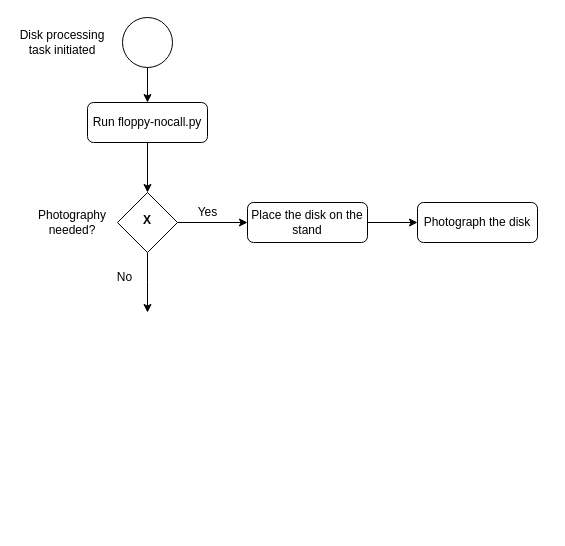
Earlier version of the draw.io diagram floppy-nocall.drawio (kenlhlui/UTL-script). Source tidied: cells renumbered, new cells numbered last; positions are measured from the earlier drawing's top-left corner, leaving out a move shared by most shapes. Both pictures are drawn from the tidied source at 100%, with x=0, y=0 at pixel (17, 17).
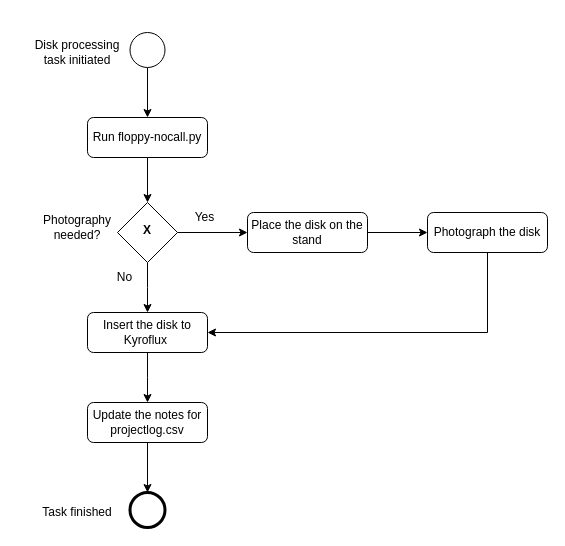
The same page after the edit.

What changed in the source:
```diff
@@
     <mxCell id="3" value="Run floppy-nocall.py" style="rounded=1;whiteSpace=wrap;html=1;fontSize=12;glass=0;strokeWidth=1;shadow=0;" parent="1" vertex="1">
-      <mxGeometry x="70" y="85" width="120" height="40" as="geometry" />
+      <mxGeometry x="70" y="100" width="120" height="40" as="geometry" />
     </mxCell>
@@
+    <mxCell id="14" style="edgeStyle=orthogonalEdgeStyle;rounded=0;jettySize=auto;html=1;exitX=1;exitY=0.5;exitDx=0;exitDy=0;" parent="1" edge="1" source="5" target="7">
+      <mxGeometry relative="1" as="geometry" />
+    </mxCell>
     <mxCell id="5" value="&lt;b&gt;X&lt;/b&gt;" style="rhombus;whiteSpace=wrap;html=1;shadow=0;fontFamily=Helvetica;fontSize=12;align=center;strokeWidth=1;spacing=6;spacingTop=-4;" parent="1" vertex="1">
-      <mxGeometry x="100" y="175" width="60" height="60" as="geometry" />
+      <mxGeometry x="100" y="185" width="60" height="60" as="geometry" />
     </mxCell>
@@
     <mxCell id="7" value="Place the disk on the stand" style="rounded=1;whiteSpace=wrap;html=1;fontSize=12;glass=0;strokeWidth=1;shadow=0;" parent="1" vertex="1">
-      <mxGeometry x="230" y="185" width="120" height="40" as="geometry" />
+      <mxGeometry x="230" y="195" width="120" height="40" as="geometry" />
     </mxCell>
@@
     <mxCell id="9" style="ellipse;whiteSpace=wrap;html=1;" parent="1" vertex="1">
-      <mxGeometry x="105" width="50" height="50" as="geometry" />
+      <mxGeometry x="112.5" y="15" width="35" height="35" as="geometry" />
     </mxCell>
     <mxCell id="10" value="Disk processing task initiated" style="text;html=1;strokeColor=none;fillColor=none;align=center;verticalAlign=middle;whiteSpace=wrap;rounded=0;" parent="1" vertex="1">
-      <mxGeometry y="10" width="90" height="30" as="geometry" />
+      <mxGeometry x="15" y="20" width="90" height="30" as="geometry" />
     </mxCell>
     <mxCell id="11" value="Photography needed?" style="text;html=1;strokeColor=none;fillColor=none;align=center;verticalAlign=middle;whiteSpace=wrap;rounded=0;" parent="1" vertex="1">
-      <mxGeometry x="10" y="190" width="90" height="30" as="geometry" />
+      <mxGeometry x="15" y="195" width="90" height="30" as="geometry" />
     </mxCell>
     <mxCell id="12" value="Yes" style="text;html=1;strokeColor=none;fillColor=none;align=center;verticalAlign=middle;whiteSpace=wrap;rounded=0;" parent="1" vertex="1">
-      <mxGeometry x="163" y="180" width="55" height="30" as="geometry" />
+      <mxGeometry x="160" y="185" width="55" height="30" as="geometry" />
     </mxCell>
+    <mxCell id="16" style="edgeStyle=orthogonalEdgeStyle;rounded=0;jettySize=auto;html=1;exitX=0.5;exitY=1;exitDx=0;exitDy=0;entryX=1;entryY=0.5;entryDx=0;entryDy=0;" parent="1" edge="1" source="13" target="18">
+      <mxGeometry relative="1" as="geometry" />
+    </mxCell>
     <mxCell id="13" value="Photograph the disk" style="rounded=1;whiteSpace=wrap;html=1;fontSize=12;glass=0;strokeWidth=1;shadow=0;" parent="1" vertex="1">
-      <mxGeometry x="400" y="185" width="120" height="40" as="geometry" />
+      <mxGeometry x="410" y="195" width="120" height="40" as="geometry" />
     </mxCell>
-    <mxCell id="14" style="edgeStyle=orthogonalEdgeStyle;rounded=0;jettySize=auto;html=1;exitX=1;exitY=0.5;exitDx=0;exitDy=0;entryX=0;entryY=0.5;entryDx=0;entryDy=0;" parent="1" edge="1" source="5" target="7">
-      <mxGeometry relative="1" as="geometry">
-        <Array as="points">
-          <mxPoint x="230" y="205" />
-        </Array>
-      </mxGeometry>
-    </mxCell>
@@
+    <mxCell id="17" style="edgeStyle=orthogonalEdgeStyle;rounded=0;jettySize=auto;html=1;" parent="1" edge="1" source="18">
+      <mxGeometry relative="1" as="geometry">
+        <mxPoint x="130" y="385" as="targetPoint" />
+      </mxGeometry>
+    </mxCell>
+    <mxCell id="18" value="Insert the disk to Kyroflux&amp;nbsp;" style="rounded=1;whiteSpace=wrap;html=1;fontSize=12;glass=0;strokeWidth=1;shadow=0;" parent="1" vertex="1">
+      <mxGeometry x="70" y="295" width="120" height="40" as="geometry" />
+    </mxCell>
+    <mxCell id="19" style="edgeStyle=orthogonalEdgeStyle;rounded=0;jettySize=auto;html=1;" parent="1" edge="1" source="20" target="21">
+      <mxGeometry relative="1" as="geometry" />
+    </mxCell>
+    <mxCell id="20" value="Update the notes for projectlog.csv" style="rounded=1;whiteSpace=wrap;html=1;fontSize=12;glass=0;strokeWidth=1;shadow=0;" parent="1" vertex="1">
+      <mxGeometry x="70" y="385" width="120" height="40" as="geometry" />
+    </mxCell>
+    <mxCell id="21" style="ellipse;whiteSpace=wrap;html=1;strokeWidth=3;" parent="1" vertex="1">
+      <mxGeometry x="112.5" y="475" width="35" height="35" as="geometry" />
+    </mxCell>
+    <mxCell id="22" value="Task finished" style="text;html=1;strokeColor=none;fillColor=none;align=center;verticalAlign=middle;whiteSpace=wrap;rounded=0;" parent="1" vertex="1">
+      <mxGeometry x="15" y="480" width="90" height="30" as="geometry" />
+    </mxCell>
```
